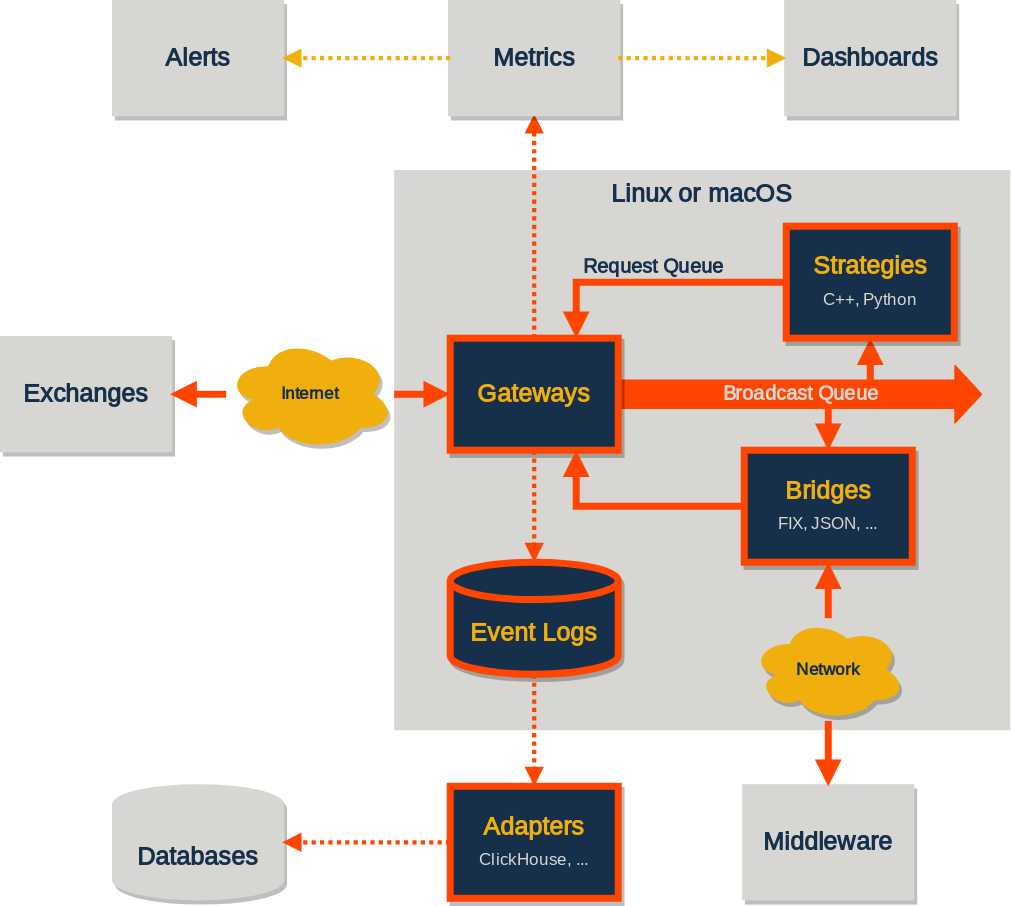
Above: profile/architecture_reference.svg in roq-trading/.github (draw.io), before the change. Source tidied: cells renumbered, new cells last; positions are measured from the earlier drawing's top-left corner, leaving out a move shared by most shapes.
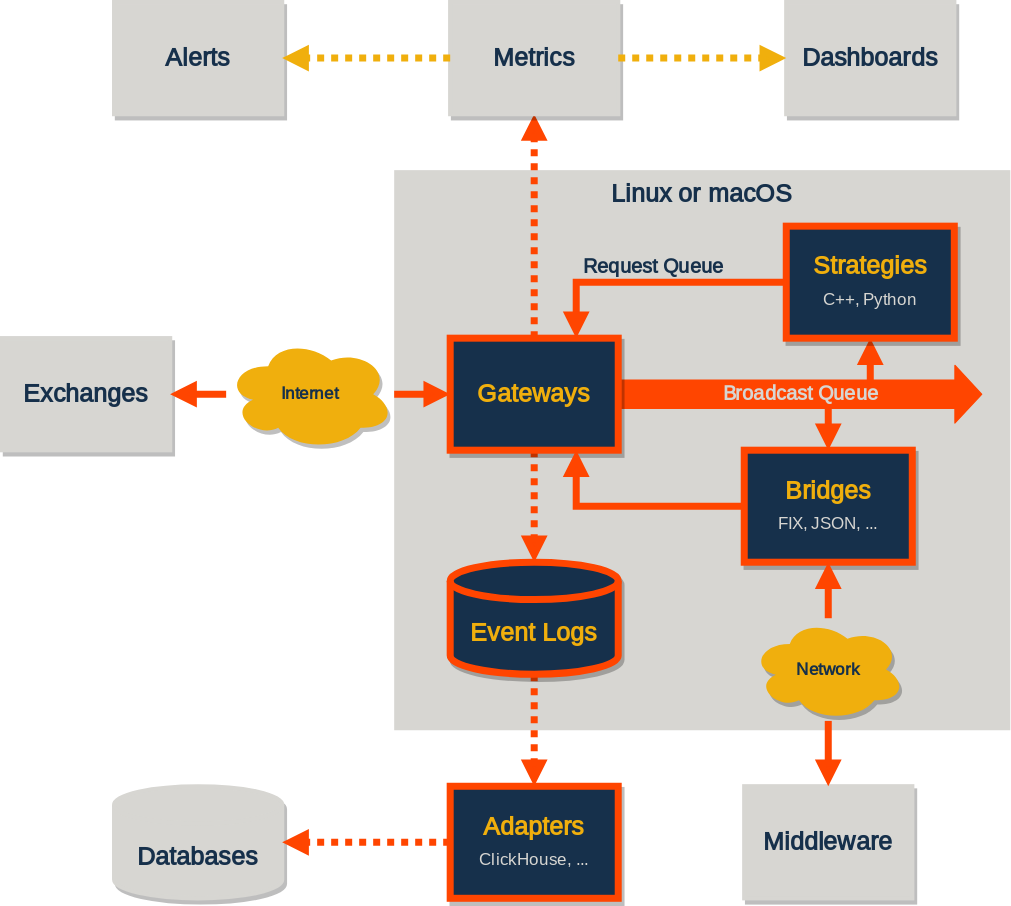
The same diagram one commit later.

Change to the diagram source:
```diff
@@ -5,13 +5,13 @@
     <mxCell id="2" value="Linux or macOS" style="rounded=0;whiteSpace=wrap;html=1;labelBackgroundColor=none;verticalAlign=top;fontStyle=1;fillColor=#D7D6D2;strokeColor=none;fontFamily=Quattrocento Sans;fontSource=https%3A%2F%2Ffonts.googleapis.com%2Fcss%3Ffamily%3DQuattrocento%2BSans;fontSize=18;fontColor=#16304B;labelBorderColor=none;" parent="1" vertex="1">
       <mxGeometry x="280" y="120" width="440" height="400" as="geometry" />
     </mxCell>
-    <mxCell id="3" style="endArrow=block;html=1;strokeWidth=3;endFill=1;strokeColor=#FF4500;entryX=0.5;entryY=1;entryDx=0;entryDy=0;exitX=0.5;exitY=0;exitDx=0;exitDy=0;dashed=1;dashPattern=1 1;fontColor=#000000;fontFamily=Quattrocento Sans;fontSource=https%3A%2F%2Ffonts.googleapis.com%2Fcss%3Ffamily%3DQuattrocento%2BSans;fontSize=14;" parent="1" edge="1" source="9" target="17">
+    <mxCell id="3" style="endArrow=block;html=1;strokeWidth=5;endFill=1;strokeColor=#FF4500;entryX=0.5;entryY=1;entryDx=0;entryDy=0;exitX=0.5;exitY=0;exitDx=0;exitDy=0;dashed=1;dashPattern=1 1;fontColor=#000000;fontFamily=Quattrocento Sans;fontSource=https%3A%2F%2Ffonts.googleapis.com%2Fcss%3Ffamily%3DQuattrocento%2BSans;fontSize=14;" parent="1" edge="1" source="9" target="17">
       <mxGeometry relative="1" as="geometry" />
     </mxCell>
-    <mxCell id="4" style="endArrow=block;html=1;strokeWidth=3;endFill=1;strokeColor=#FF4500;exitX=0.5;exitY=1;exitDx=0;exitDy=0;exitPerimeter=0;entryX=0.5;entryY=0;entryDx=0;entryDy=0;dashed=1;dashPattern=1 1;fontColor=#000000;fontFamily=Quattrocento Sans;fontSource=https%3A%2F%2Ffonts.googleapis.com%2Fcss%3Ffamily%3DQuattrocento%2BSans;fontSize=14;" parent="1" edge="1" source="13" target="14">
+    <mxCell id="4" style="endArrow=block;html=1;strokeWidth=5;endFill=1;strokeColor=#FF4500;exitX=0.5;exitY=1;exitDx=0;exitDy=0;exitPerimeter=0;entryX=0.5;entryY=0;entryDx=0;entryDy=0;dashed=1;dashPattern=1 1;fontColor=#000000;fontFamily=Quattrocento Sans;fontSource=https%3A%2F%2Ffonts.googleapis.com%2Fcss%3Ffamily%3DQuattrocento%2BSans;fontSize=14;" parent="1" edge="1" source="13" target="14">
       <mxGeometry relative="1" as="geometry" />
     </mxCell>
-    <mxCell id="5" style="endArrow=block;html=1;strokeWidth=3;endFill=1;strokeColor=#FF4500;entryX=0.5;entryY=0;entryDx=0;entryDy=0;entryPerimeter=0;exitX=0.5;exitY=1;exitDx=0;exitDy=0;dashed=1;dashPattern=1 1;fontFamily=Quattrocento Sans;fontSource=https%3A%2F%2Ffonts.googleapis.com%2Fcss%3Ffamily%3DQuattrocento%2BSans;fontSize=14;" parent="1" edge="1" source="9" target="13">
+    <mxCell id="5" style="endArrow=block;html=1;strokeWidth=5;endFill=1;strokeColor=#FF4500;entryX=0.5;entryY=0;entryDx=0;entryDy=0;entryPerimeter=0;exitX=0.5;exitY=1;exitDx=0;exitDy=0;dashed=1;dashPattern=1 1;fontFamily=Quattrocento Sans;fontSource=https%3A%2F%2Ffonts.googleapis.com%2Fcss%3Ffamily%3DQuattrocento%2BSans;fontSize=14;" parent="1" edge="1" source="9" target="13">
       <mxGeometry relative="1" as="geometry" />
     </mxCell>
     <mxCell id="6" style="endArrow=block;html=1;strokeWidth=5;endFill=1;strokeColor=#ff4500;startArrow=none;startFill=0;entryX=0.5;entryY=1;entryDx=0;entryDy=0;fontFamily=Quattrocento Sans;fontSource=https%3A%2F%2Ffonts.googleapis.com%2Fcss%3Ffamily%3DQuattrocento%2BSans;fontSize=14;" parent="1" edge="1" target="10">
@@ -62,13 +62,13 @@
     <mxCell id="19" value="Alerts" style="rounded=0;whiteSpace=wrap;html=1;labelBackgroundColor=none;fontStyle=1;fontColor=#16304B;fillColor=#D7D6D2;strokeColor=#D7D6D2;strokeWidth=3;fontFamily=Quattrocento Sans;fontSource=https%3A%2F%2Ffonts.googleapis.com%2Fcss%3Ffamily%3DQuattrocento%2BSans;fontSize=18;shadow=1;" parent="1" vertex="1">
       <mxGeometry x="80" width="120" height="80" as="geometry" />
     </mxCell>
-    <mxCell id="20" style="endArrow=block;html=1;strokeWidth=3;endFill=1;strokeColor=#F0AF0D;exitX=0;exitY=0.5;exitDx=0;exitDy=0;entryX=1;entryY=0.5;entryDx=0;entryDy=0;dashed=1;dashPattern=1 1;fontColor=#000000;fontFamily=Quattrocento Sans;fontSource=https%3A%2F%2Ffonts.googleapis.com%2Fcss%3Ffamily%3DQuattrocento%2BSans;fontSize=14;" parent="1" edge="1" source="17" target="19">
+    <mxCell id="20" style="endArrow=block;html=1;strokeWidth=5;endFill=1;strokeColor=#F0AF0D;exitX=0;exitY=0.5;exitDx=0;exitDy=0;entryX=1;entryY=0.5;entryDx=0;entryDy=0;dashed=1;dashPattern=1 1;fontColor=#000000;fontFamily=Quattrocento Sans;fontSource=https%3A%2F%2Ffonts.googleapis.com%2Fcss%3Ffamily%3DQuattrocento%2BSans;fontSize=14;" parent="1" edge="1" source="17" target="19">
       <mxGeometry relative="1" as="geometry" />
     </mxCell>
-    <mxCell id="21" style="endArrow=block;html=1;strokeWidth=3;endFill=1;strokeColor=#FF4500;exitX=0;exitY=0.5;exitDx=0;exitDy=0;dashed=1;dashPattern=1 1;fontColor=#000000;fontFamily=Quattrocento Sans;fontSource=https%3A%2F%2Ffonts.googleapis.com%2Fcss%3Ffamily%3DQuattrocento%2BSans;fontSize=14;" parent="1" edge="1" source="14" target="15">
+    <mxCell id="21" style="endArrow=block;html=1;strokeWidth=5;endFill=1;strokeColor=#FF4500;exitX=0;exitY=0.5;exitDx=0;exitDy=0;dashed=1;dashPattern=1 1;fontColor=#000000;fontFamily=Quattrocento Sans;fontSource=https%3A%2F%2Ffonts.googleapis.com%2Fcss%3Ffamily%3DQuattrocento%2BSans;fontSize=14;" parent="1" edge="1" source="14" target="15">
       <mxGeometry relative="1" as="geometry" />
     </mxCell>
-    <mxCell id="22" style="endArrow=block;html=1;strokeWidth=3;endFill=1;strokeColor=#F0AF0D;exitX=1;exitY=0.5;exitDx=0;exitDy=0;entryX=0;entryY=0.5;entryDx=0;entryDy=0;dashed=1;dashPattern=1 1;fontColor=#000000;fontFamily=Quattrocento Sans;fontSource=https%3A%2F%2Ffonts.googleapis.com%2Fcss%3Ffamily%3DQuattrocento%2BSans;fontSize=14;" parent="1" edge="1" source="17" target="18">
+    <mxCell id="22" style="endArrow=block;html=1;strokeWidth=5;endFill=1;strokeColor=#F0AF0D;exitX=1;exitY=0.5;exitDx=0;exitDy=0;entryX=0;entryY=0.5;entryDx=0;entryDy=0;dashed=1;dashPattern=1 1;fontColor=#000000;fontFamily=Quattrocento Sans;fontSource=https%3A%2F%2Ffonts.googleapis.com%2Fcss%3Ffamily%3DQuattrocento%2BSans;fontSize=14;" parent="1" edge="1" source="17" target="18">
       <mxGeometry relative="1" as="geometry" />
     </mxCell>
     <mxCell id="23" style="edgeStyle=orthogonalEdgeStyle;rounded=0;jettySize=auto;html=1;entryX=0.75;entryY=1;entryDx=0;entryDy=0;strokeWidth=5;endArrow=block;endFill=1;strokeColor=#ff4500;exitX=0;exitY=0.5;exitDx=0;exitDy=0;fontFamily=Quattrocento Sans;fontSource=https%3A%2F%2Ffonts.googleapis.com%2Fcss%3Ffamily%3DQuattrocento%2BSans;fontSize=14;" parent="1" edge="1" source="11" target="9">
```
